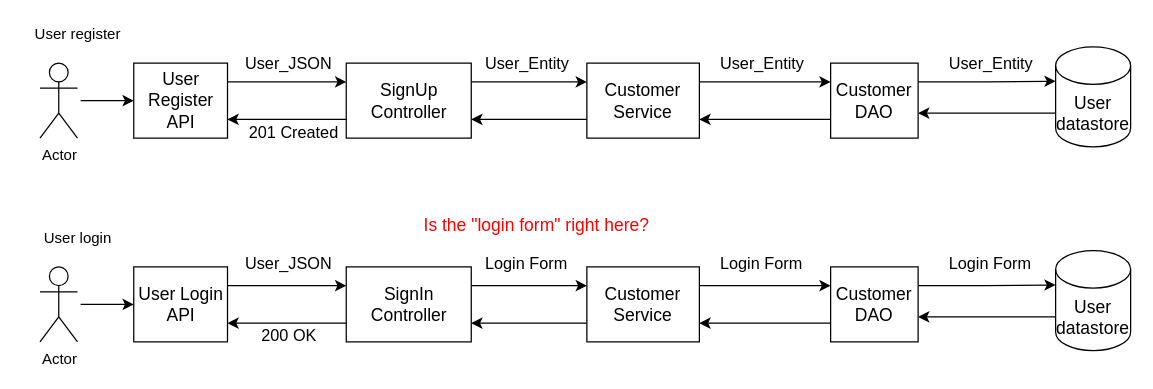
The draw.io diagram page "User Service" (3 of 6) of Designdiagram/SystemOverview.drawio in laifukun/FLAGCamp-Design, before the edit. Source tidied: cells renumbered, new cells numbered last; positions are measured from the earlier drawing's top-left corner, leaving out a move shared by most shapes. Both pictures are drawn from the tidied source at 125%, with x=0, y=0 at pixel (20, 21).
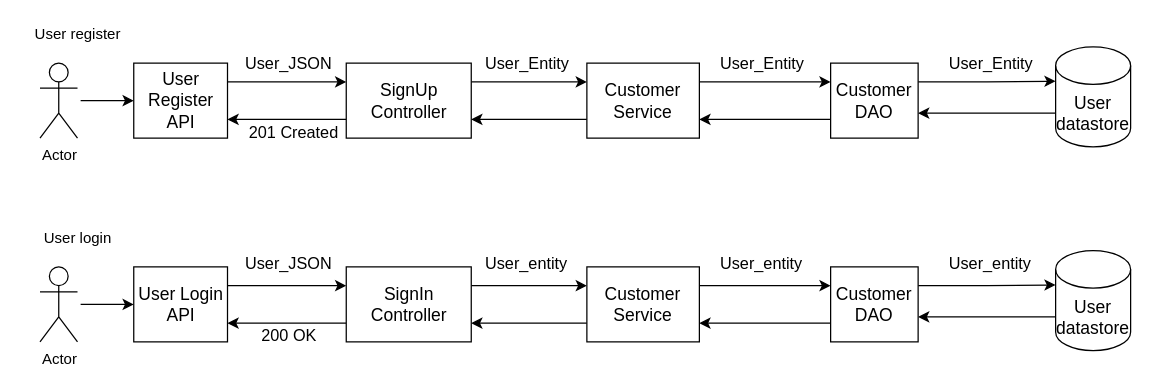
Above is the later version.

Change to the diagram source:
```diff
@@
-    <mxCell id="41" value="Login Form" style="edgeLabel;html=1;align=left;verticalAlign=bottom;fontSize=13;" parent="1" vertex="1">
+    <mxCell id="41" value="User_entity" style="edgeLabel;html=1;align=left;verticalAlign=bottom;fontSize=13;" parent="1" vertex="1">
       <mxGeometry x="370" y="203" as="geometry" />
     </mxCell>
-    <mxCell id="42" value="Login Form" style="edgeLabel;html=1;align=left;verticalAlign=bottom;fontSize=13;" parent="1" vertex="1">
+    <mxCell id="42" value="User_entity" style="edgeLabel;html=1;align=left;verticalAlign=bottom;fontSize=13;" parent="1" vertex="1">
       <mxGeometry x="558" y="203" as="geometry" />
     </mxCell>
-    <mxCell id="43" value="Login Form" style="edgeLabel;html=1;align=left;verticalAlign=bottom;fontSize=13;" parent="1" vertex="1">
+    <mxCell id="43" value="User_entity" style="edgeLabel;html=1;align=left;verticalAlign=bottom;fontSize=13;" parent="1" vertex="1">
       <mxGeometry x="741" y="203" as="geometry" />
     </mxCell>
-    <mxCell id="44" value="Is the &quot;login form&quot; right here?" style="text;html=1;strokeColor=none;fillColor=none;align=center;verticalAlign=middle;whiteSpace=wrap;rounded=0;fontSize=14;fontColor=#FF0000;" parent="1" vertex="1">
-      <mxGeometry x="318" y="153" width="190" height="20" as="geometry" />
-    </mxCell>
```
